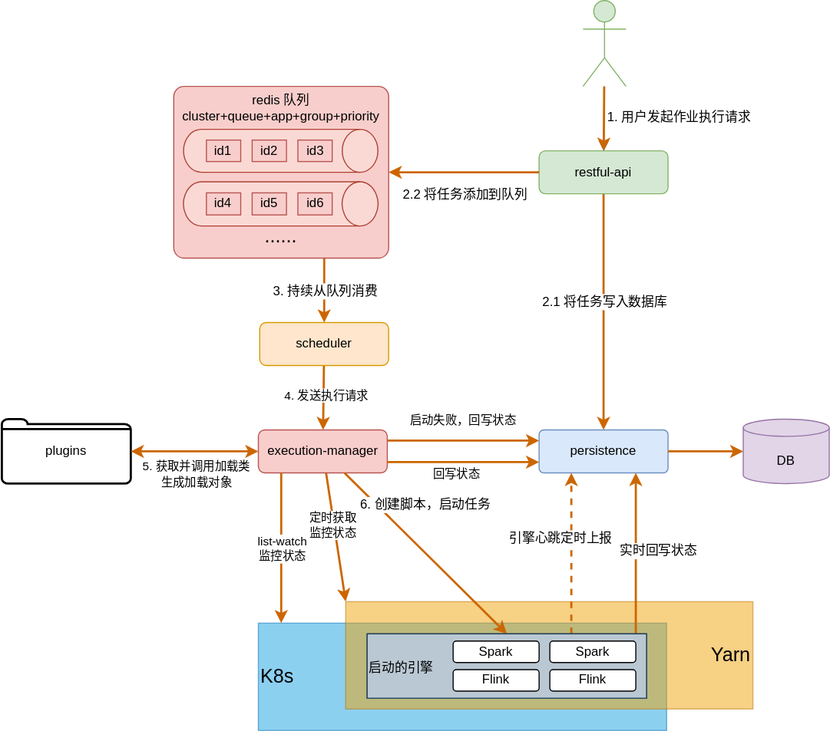
Above: doc/assets/img/engine_execution.svg in rarexixi/maple (draw.io), before the change. Source tidied: cells renumbered, new cells last; positions are measured from the earlier drawing's top-left corner, leaving out a move shared by most shapes.
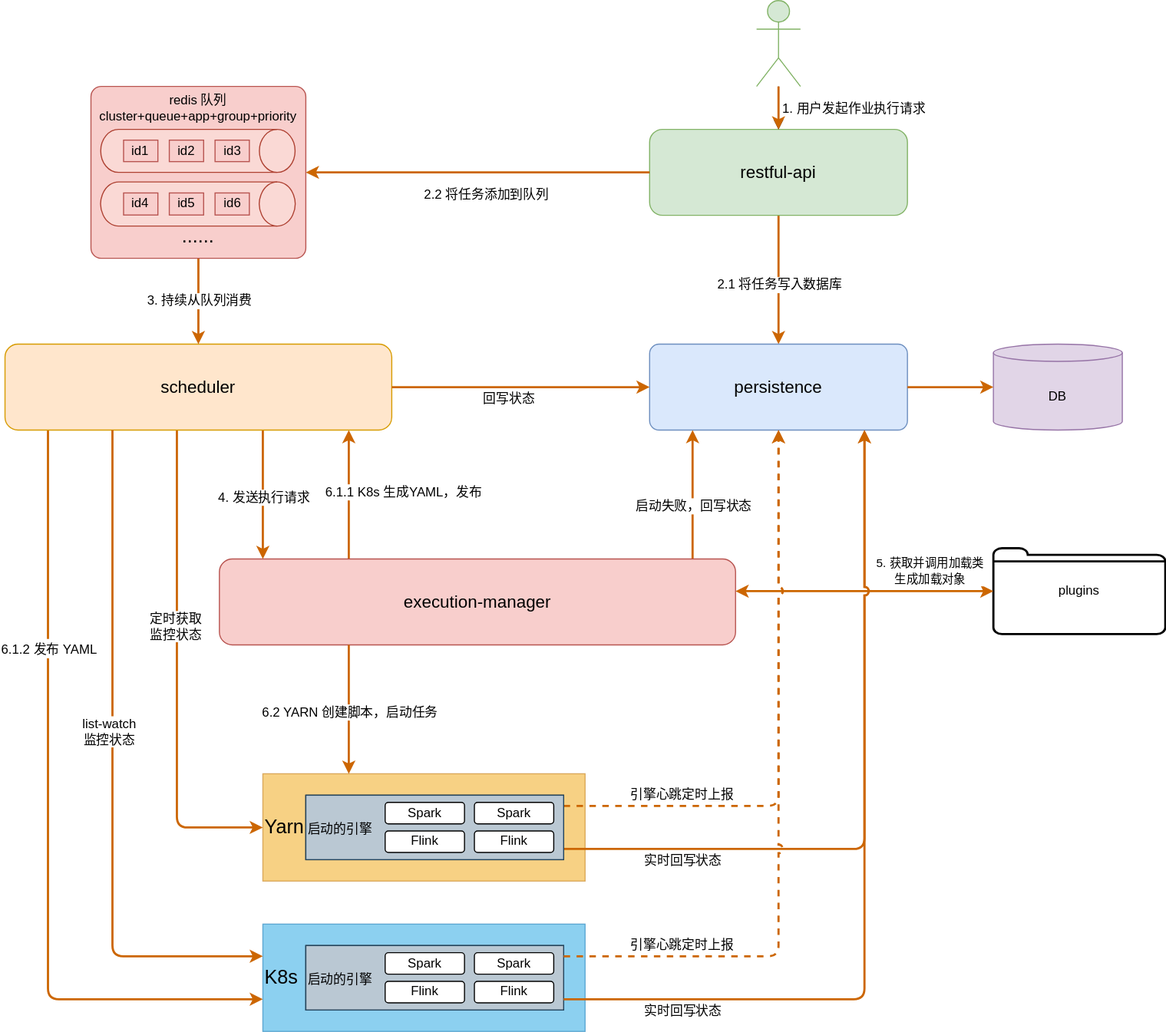
The same file after the commit.

Commit message:
架构图修改

Change to the diagram source:
```diff
@@ -3,30 +3,30 @@
     <mxCell id="0" />
     <mxCell id="1" parent="0" />
     <mxCell id="2" style="group;" parent="1" vertex="1">
-      <mxGeometry y="390" width="120" height="60" as="geometry" />
+      <mxGeometry x="1000" y="510" width="160" height="80" as="geometry" />
     </mxCell>
     <mxCell id="3" style="html=1;verticalLabelPosition=bottom;align=center;labelBackgroundColor=#ffffff;verticalAlign=top;strokeWidth=2;shadow=0;dashed=0;shape=mxgraph.ios7.icons.folder;fontSize=12;" parent="2" vertex="1">
-      <mxGeometry width="120" height="60" as="geometry" />
+      <mxGeometry width="160" height="80" as="geometry" />
     </mxCell>
     <mxCell id="4" value="&lt;p&gt;plugins&lt;/p&gt;" style="text;html=1;strokeColor=none;fillColor=none;align=center;verticalAlign=middle;whiteSpace=wrap;rounded=0;" parent="2" vertex="1">
-      <mxGeometry width="120" height="60" as="geometry" />
+      <mxGeometry width="160" height="80" as="geometry" />
     </mxCell>
     <mxCell id="5" style="edgeStyle=orthogonalEdgeStyle;html=1;fontSize=12;strokeWidth=2;strokeColor=#CC6600;" parent="1" edge="1" source="7" target="8">
       <mxGeometry relative="1" as="geometry" />
     </mxCell>
     <mxCell id="6" value="2.1 将任务写入数据库" style="edgeLabel;html=1;align=center;verticalAlign=middle;fontSize=12;" parent="5" vertex="1">
       <mxGeometry x="0.2" y="-1" relative="1" as="geometry">
-        <mxPoint x="1" y="-32" as="offset" />
+        <mxPoint x="1" y="-8" as="offset" />
       </mxGeometry>
     </mxCell>
-    <mxCell id="7" value="&lt;p&gt;restful-api&lt;/p&gt;" style="rounded=1;whiteSpace=wrap;html=1;fillColor=#d5e8d4;strokeColor=#82b366;" parent="1" vertex="1">
-      <mxGeometry x="500" y="140" width="120" height="40" as="geometry" />
+    <mxCell id="7" value="&lt;p style=&quot;font-size: 16px;&quot;&gt;restful-api&lt;/p&gt;" style="rounded=1;whiteSpace=wrap;html=1;fillColor=#d5e8d4;strokeColor=#82b366;fontSize=16;" parent="1" vertex="1">
+      <mxGeometry x="680" y="120" width="240" height="80" as="geometry" />
     </mxCell>
-    <mxCell id="8" value="persistence" style="rounded=1;whiteSpace=wrap;html=1;arcSize=11;fillColor=#dae8fc;strokeColor=#6c8ebf;" parent="1" vertex="1">
-      <mxGeometry x="500" y="400" width="120" height="40" as="geometry" />
+    <mxCell id="8" value="persistence" style="rounded=1;whiteSpace=wrap;html=1;arcSize=11;fillColor=#dae8fc;strokeColor=#6c8ebf;fontSize=16;" parent="1" vertex="1">
+      <mxGeometry x="680" y="320" width="240" height="80" as="geometry" />
     </mxCell>
     <mxCell id="9" value="&lt;font style=&quot;font-size: 12px;&quot;&gt;DB&lt;/font&gt;" style="shape=cylinder3;whiteSpace=wrap;html=1;boundedLbl=1;backgroundOutline=1;size=8;fontSize=18;fillColor=#e1d5e7;strokeColor=#9673a6;" parent="1" vertex="1">
-      <mxGeometry x="690" y="390" width="80" height="60" as="geometry" />
+      <mxGeometry x="1000" y="320" width="120" height="80" as="geometry" />
     </mxCell>
     <mxCell id="10" style="edgeStyle=none;html=1;fontSize=12;" parent="1" edge="1" source="26" target="7">
       <mxGeometry relative="1" as="geometry" />
@@ -47,64 +47,102 @@
         <mxPoint x="-6" y="17" as="offset" />
       </mxGeometry>
     </mxCell>
-    <mxCell id="15" style="html=1;edgeStyle=orthogonalEdgeStyle;strokeWidth=2;strokeColor=#CC6600;" parent="1" edge="1" source="19" target="8">
+    <mxCell id="15" style="html=1;strokeWidth=2;strokeColor=#CC6600;edgeStyle=elbowEdgeStyle;" parent="1" edge="1" source="19" target="8">
       <mxGeometry relative="1" as="geometry">
         <Array as="points">
-          <mxPoint x="420" y="410" />
-          <mxPoint x="420" y="410" />
+          <mxPoint x="720" y="420" />
+          <mxPoint x="690" y="380" />
         </Array>
       </mxGeometry>
     </mxCell>
-    <mxCell id="16" value="启动失败，回写状态" style="edgeLabel;html=1;align=center;verticalAlign=middle;" parent="15" vertex="1">
+    <mxCell id="16" value="&lt;font style=&quot;font-size: 12px;&quot;&gt;启动失败，回写状态&lt;/font&gt;" style="edgeLabel;html=1;align=center;verticalAlign=middle;" parent="15" vertex="1">
       <mxGeometry x="-0.11" y="-1" relative="1" as="geometry">
-        <mxPoint x="7" y="-21" as="offset" />
+        <mxPoint x="-1" y="3" as="offset" />
       </mxGeometry>
     </mxCell>
-    <mxCell id="17" style="html=1;elbow=vertical;entryX=0;entryY=0;entryDx=0;entryDy=0;strokeWidth=2;strokeColor=#CC6600;" parent="1" edge="1" source="19" target="30">
-      <mxGeometry relative="1" as="geometry" />
+    <mxCell id="17" style="html=1;strokeWidth=2;strokeColor=#CC6600;edgeStyle=orthogonalEdgeStyle;" parent="1" edge="1" source="22" target="30">
+      <mxGeometry relative="1" as="geometry">
+        <Array as="points">
+          <mxPoint x="240" y="600" />
+          <mxPoint x="240" y="600" />
+        </Array>
+      </mxGeometry>
     </mxCell>
-    <mxCell id="18" value="定时获取&lt;br&gt;监控状态" style="edgeLabel;html=1;align=center;verticalAlign=middle;" parent="17" vertex="1">
+    <mxCell id="18" value="&lt;font style=&quot;font-size: 12px;&quot;&gt;定时获取&lt;br&gt;监控状态&lt;/font&gt;" style="edgeLabel;html=1;align=center;verticalAlign=middle;" parent="17" vertex="1">
       <mxGeometry x="-0.19" y="2" relative="1" as="geometry">
         <mxPoint x="-4" as="offset" />
       </mxGeometry>
     </mxCell>
+    <mxCell id="57" style="edgeStyle=orthogonalEdgeStyle;html=1;strokeColor=#CC6600;strokeWidth=2;" parent="1" edge="1" source="19" target="22">
+      <mxGeometry relative="1" as="geometry">
+        <Array as="points">
+          <mxPoint x="400" y="430" />
+          <mxPoint x="400" y="430" />
+        </Array>
+      </mxGeometry>
+    </mxCell>
+    <mxCell id="58" value="&lt;font style=&quot;font-size: 12px;&quot;&gt;6.1.1 K8s 生成YAML，发布&lt;/font&gt;" style="edgeLabel;html=1;align=center;verticalAlign=middle;" parent="57" vertex="1">
+      <mxGeometry x="0.11" y="2" relative="1" as="geometry">
+        <mxPoint x="52" y="4" as="offset" />
+      </mxGeometry>
+    </mxCell>
-    <mxCell id="19" value="&lt;p&gt;execution-manager&lt;br&gt;&lt;/p&gt;" style="rounded=1;whiteSpace=wrap;html=1;fontSize=12;fillColor=#f8cecc;strokeColor=#b85450;" parent="1" vertex="1">
-      <mxGeometry x="238.7" y="400" width="120" height="40" as="geometry" />
+    <mxCell id="19" value="&lt;p style=&quot;font-size: 16px;&quot;&gt;execution-manager&lt;br style=&quot;font-size: 16px;&quot;&gt;&lt;/p&gt;" style="rounded=1;whiteSpace=wrap;html=1;fontSize=16;fillColor=#f8cecc;strokeColor=#b85450;" parent="1" vertex="1">
+      <mxGeometry x="279.6" y="520" width="480.4" height="80" as="geometry" />
     </mxCell>
-    <mxCell id="20" style="edgeStyle=none;html=1;strokeWidth=2;strokeColor=#CC6600;" parent="1" edge="1" source="22" target="19">
-      <mxGeometry relative="1" as="geometry" />
+    <mxCell id="20" style="edgeStyle=elbowEdgeStyle;html=1;strokeWidth=2;strokeColor=#CC6600;" parent="1" edge="1" source="22" target="19">
+      <mxGeometry relative="1" as="geometry">
+        <Array as="points">
+          <mxPoint x="320" y="450" />
+          <mxPoint x="280" y="440" />
+          <mxPoint x="320" y="450" />
+          <mxPoint x="310" y="480" />
+          <mxPoint x="290" y="480" />
+          <mxPoint x="280" y="420" />
+          <mxPoint x="290" y="420" />
+        </Array>
+      </mxGeometry>
     </mxCell>
-    <mxCell id="21" value="4. 发送执行请求" style="edgeLabel;html=1;align=center;verticalAlign=middle;" parent="20" vertex="1">
+    <mxCell id="21" value="&lt;font style=&quot;font-size: 12px;&quot;&gt;4. 发送执行请求&lt;/font&gt;" style="edgeLabel;html=1;align=center;verticalAlign=middle;" parent="20" vertex="1">
       <mxGeometry x="-0.17" y="2" relative="1" as="geometry">
-        <mxPoint y="2" as="offset" />
+        <mxPoint x="-2" y="12" as="offset" />
       </mxGeometry>
     </mxCell>
+    <mxCell id="59" style="edgeStyle=orthogonalEdgeStyle;html=1;fontSize=16;elbow=vertical;strokeWidth=2;strokeColor=#CC6600;" parent="1" edge="1" source="22" target="29">
+      <mxGeometry relative="1" as="geometry">
+        <Array as="points">
+          <mxPoint x="120" y="930" />
+        </Array>
+      </mxGeometry>
+    </mxCell>
+    <mxCell id="60" value="&lt;font style=&quot;font-size: 12px;&quot;&gt;6.1.2 发布 YAML&lt;/font&gt;" style="edgeLabel;html=1;align=center;verticalAlign=middle;fontSize=15;" parent="59" vertex="1">
+      <mxGeometry x="-0.45" relative="1" as="geometry" />
+    </mxCell>
-    <mxCell id="22" value="&lt;p&gt;scheduler&lt;/p&gt;" style="rounded=1;whiteSpace=wrap;html=1;fillColor=#ffe6cc;strokeColor=#d79b00;" parent="1" vertex="1">
-      <mxGeometry x="240" y="300" width="120" height="40" as="geometry" />
+    <mxCell id="22" value="&lt;p style=&quot;font-size: 16px;&quot;&gt;scheduler&lt;/p&gt;" style="rounded=1;whiteSpace=wrap;html=1;fillColor=#ffe6cc;strokeColor=#d79b00;fontSize=16;" parent="1" vertex="1">
+      <mxGeometry x="80" y="320" width="360" height="80" as="geometry" />
     </mxCell>
-    <mxCell id="23" style="endArrow=classic;startArrow=classic;html=1;fontSize=12;edgeStyle=orthogonalEdgeStyle;elbow=vertical;strokeWidth=2;strokeColor=#CC6600;" parent="1" edge="1" source="4" target="19">
+    <mxCell id="23" style="endArrow=classic;startArrow=classic;html=1;fontSize=12;edgeStyle=orthogonalEdgeStyle;elbow=vertical;strokeWidth=2;strokeColor=#CC6600;jumpStyle=arc;" parent="1" edge="1" source="4" target="19">
       <mxGeometry relative="1" as="geometry">
         <Array as="points">
-          <mxPoint x="160" y="420" />
+          <mxPoint x="650" y="550" />
         </Array>
       </mxGeometry>
     </mxCell>
     <mxCell id="24" value="&lt;span style=&quot;font-size: 11px;&quot;&gt;5. 获取并调用加载类&lt;/span&gt;&lt;br style=&quot;border-color: var(--border-color); font-size: 11px;&quot;&gt;&lt;span style=&quot;font-size: 11px;&quot;&gt;生成加载对象&lt;/span&gt;" style="edgeLabel;html=1;align=center;verticalAlign=middle;fontSize=12;" parent="23" vertex="1">
       <mxGeometry x="0.26" y="4" relative="1" as="geometry">
-        <mxPoint x="-15" y="24" as="offset" />
+        <mxPoint x="92" y="-24" as="offset" />
       </mxGeometry>
     </mxCell>
     <mxCell id="25" style="edgeStyle=none;html=1;fontSize=12;strokeWidth=2;strokeColor=#CC6600;" parent="1" edge="1" source="26" target="7">
       <mxGeometry relative="1" as="geometry" />
     </mxCell>
     <mxCell id="26" style="shape=umlActor;verticalLabelPosition=bottom;verticalAlign=top;html=1;outlineConnect=0;fontSize=12;fillColor=#d5e8d4;strokeColor=#82b366;" parent="1" vertex="1">
-      <mxGeometry x="540.9" width="40" height="80" as="geometry" />
+      <mxGeometry x="779.6" width="40.9" height="80" as="geometry" />
     </mxCell>
     <mxCell id="27" style="edgeStyle=orthogonalEdgeStyle;html=1;fontSize=12;strokeWidth=2;strokeColor=#CC6600;" parent="1" edge="1" source="46" target="22">
       <mxGeometry relative="1" as="geometry">
         <Array as="points">
-          <mxPoint x="300" y="270" />
-          <mxPoint x="300" y="270" />
+          <mxPoint x="260" y="320" />
+          <mxPoint x="260" y="320" />
         </Array>
       </mxGeometry>
     </mxCell>
@@ -114,81 +152,82 @@
       </mxGeometry>
     </mxCell>
     <mxCell id="29" value="&lt;font color=&quot;#000000&quot;&gt;K8s&lt;/font&gt;" style="rounded=1;whiteSpace=wrap;html=1;fontSize=18;arcSize=0;fillColor=#1ba1e2;align=left;strokeColor=#006EAF;opacity=50;fontColor=#ffffff;" parent="1" vertex="1">
-      <mxGeometry x="238.7" y="580" width="380" height="100" as="geometry" />
+      <mxGeometry x="320" y="860" width="300" height="100" as="geometry" />
     </mxCell>
-    <mxCell id="30" value="Yarn" style="rounded=1;whiteSpace=wrap;html=1;fontSize=18;arcSize=0;fillColor=#f0a30a;align=right;strokeColor=#BD7000;opacity=50;fontColor=#000000;" parent="1" vertex="1">
-      <mxGeometry x="320" y="560" width="379" height="100" as="geometry" />
+    <mxCell id="30" value="Yarn" style="rounded=1;whiteSpace=wrap;html=1;fontSize=18;arcSize=0;fillColor=#f0a30a;align=left;strokeColor=#BD7000;opacity=50;fontColor=#000000;" parent="1" vertex="1">
+      <mxGeometry x="320" y="720" width="300" height="100" as="geometry" />
     </mxCell>
-    <mxCell id="31" value="引擎心跳定时上报" style="html=1;fontSize=12;startArrow=none;startFill=0;endArrow=classic;endFill=1;dashed=1;elbow=vertical;edgeStyle=orthogonalEdgeStyle;strokeWidth=2;strokeColor=#CC6600;" parent="1" edge="1" source="39" target="8">
-      <mxGeometry x="0.2" y="10" relative="1" as="geometry">
+    <mxCell id="31" value="引擎心跳定时上报" style="html=1;fontSize=12;startArrow=none;startFill=0;endArrow=classic;endFill=1;dashed=1;elbow=vertical;edgeStyle=orthogonalEdgeStyle;strokeWidth=2;strokeColor=#CC6600;jumpStyle=arc;" parent="1" edge="1" source="62" target="8">
+      <mxGeometry x="-0.6" y="10" relative="1" as="geometry">
         <Array as="points">
-          <mxPoint x="530" y="460" />
-          <mxPoint x="530" y="460" />
+          <mxPoint x="800" y="750" />
         </Array>
-        <mxPoint y="1" as="offset" />
       </mxGeometry>
     </mxCell>
-    <mxCell id="32" style="edgeStyle=orthogonalEdgeStyle;html=1;fontSize=12;startArrow=none;startFill=0;endArrow=classic;endFill=1;strokeWidth=2;strokeColor=#CC6600;" parent="1" edge="1" source="39" target="8">
+    <mxCell id="32" style="edgeStyle=orthogonalEdgeStyle;html=1;fontSize=12;startArrow=none;startFill=0;endArrow=classic;endFill=1;strokeWidth=2;strokeColor=#CC6600;jumpStyle=arc;" parent="1" edge="1" source="62" target="8">
       <mxGeometry relative="1" as="geometry">
         <Array as="points">
-          <mxPoint x="590" y="520" />
-          <mxPoint x="590" y="520" />
+          <mxPoint x="880" y="790" />
         </Array>
       </mxGeometry>
     </mxCell>
     <mxCell id="33" value="实时回写状态" style="edgeLabel;html=1;align=center;verticalAlign=middle;fontSize=12;" parent="32" vertex="1">
       <mxGeometry x="-0.12" y="-4" relative="1" as="geometry">
-        <mxPoint x="16" y="-12" as="offset" />
+        <mxPoint x="-174" y="25" as="offset" />
       </mxGeometry>
     </mxCell>
-    <mxCell id="34" style="html=1;fontSize=12;startArrow=none;startFill=0;endArrow=classic;endFill=1;entryX=0.5;entryY=0;entryDx=0;entryDy=0;strokeWidth=2;strokeColor=#CC6600;" parent="1" edge="1" source="19" target="39">
-      <mxGeometry relative="1" as="geometry" />
+    <mxCell id="34" style="html=1;fontSize=12;startArrow=none;startFill=0;endArrow=classic;endFill=1;strokeWidth=2;strokeColor=#CC6600;edgeStyle=orthogonalEdgeStyle;elbow=vertical;" parent="1" edge="1" source="19" target="30">
+      <mxGeometry relative="1" as="geometry">
+        <Array as="points">
+          <mxPoint x="400" y="660" />
+          <mxPoint x="400" y="660" />
+        </Array>
+      </mxGeometry>
     </mxCell>
-    <mxCell id="35" value="6. 创建脚本，启动任务" style="edgeLabel;html=1;align=center;verticalAlign=middle;fontSize=12;" parent="34" vertex="1">
+    <mxCell id="35" value="6.2 YARN 创建脚本，启动任务" style="edgeLabel;html=1;align=center;verticalAlign=middle;fontSize=12;" parent="34" vertex="1">
       <mxGeometry x="-0.56" y="-1" relative="1" as="geometry">
-        <mxPoint x="43" y="-4" as="offset" />
+        <mxPoint x="1" y="36" as="offset" />
       </mxGeometry>
     </mxCell>
-    <mxCell id="36" style="edgeStyle=orthogonalEdgeStyle;html=1;strokeWidth=2;strokeColor=#CC6600;" parent="1" edge="1" source="19" target="29">
+    <mxCell id="36" style="edgeStyle=orthogonalEdgeStyle;html=1;strokeWidth=2;strokeColor=#CC6600;" parent="1" edge="1" source="22" target="29">
       <mxGeometry relative="1" as="geometry">
         <Array as="points">
-          <mxPoint x="260" y="510" />
-          <mxPoint x="260" y="510" />
+          <mxPoint x="180" y="890" />
         </Array>
       </mxGeometry>
     </mxCell>
-    <mxCell id="37" value="list-watch&lt;br&gt;监控状态" style="edgeLabel;html=1;align=center;verticalAlign=middle;" parent="36" vertex="1">
+    <mxCell id="37" value="&lt;font style=&quot;font-size: 12px;&quot;&gt;list-watch&lt;br&gt;监控状态&lt;/font&gt;" style="edgeLabel;html=1;align=center;verticalAlign=middle;" parent="36" vertex="1">
       <mxGeometry x="-0.16" y="2" relative="1" as="geometry">
-        <mxPoint x="-2" y="11" as="offset" />
+        <mxPoint x="-6" y="14" as="offset" />
       </mxGeometry>
     </mxCell>
     <mxCell id="38" style="group;fillColor=#cce5ff;strokeColor=#36393d;" parent="1" vertex="1">
-      <mxGeometry x="340" y="590" width="260" height="60" as="geometry" />
+      <mxGeometry x="360" y="880" width="240" height="60" as="geometry" />
     </mxCell>
     <mxCell id="39" value="&lt;span style=&quot;color: rgb(0, 0, 0); font-size: 12px;&quot;&gt;&amp;nbsp; 启动的引擎&lt;/span&gt;" style="rounded=1;whiteSpace=wrap;html=1;fontSize=18;arcSize=0;fillColor=#bac8d3;strokeColor=#23445d;align=left;" parent="38" vertex="1">
-      <mxGeometry width="260" height="60" as="geometry" />
+      <mxGeometry width="240" height="60" as="geometry" />
     </mxCell>
     <mxCell id="40" value="Spark" style="rounded=1;whiteSpace=wrap;html=1;fontSize=12;" parent="38" vertex="1">
-      <mxGeometry x="80" y="6.7" width="80" height="20" as="geometry" />
+      <mxGeometry x="73.8" y="6.7" width="73.8" height="20" as="geometry" />
     </mxCell>
     <mxCell id="41" value="Spark" style="rounded=1;whiteSpace=wrap;html=1;fontSize=12;" parent="38" vertex="1">
-      <mxGeometry x="170" y="6.7" width="80" height="20" as="geometry" />
+      <mxGeometry x="156.9" y="6.7" width="73.8" height="20" as="geometry" />
     </mxCell>
     <mxCell id="42" value="Flink" style="rounded=1;whiteSpace=wrap;html=1;fontSize=12;" parent="38" vertex="1">
-      <mxGeometry x="80" y="33.3" width="80" height="20" as="geometry" />
+      <mxGeometry x="73.8" y="33.3" width="73.8" height="20" as="geometry" />
     </mxCell>
     <mxCell id="43" value="Flink" style="rounded=1;whiteSpace=wrap;html=1;fontSize=12;" parent="38" vertex="1">
-      <mxGeometry x="170" y="33.3" width="80" height="20" as="geometry" />
+      <mxGeometry x="156.9" y="33.3" width="73.8" height="20" as="geometry" />
     </mxCell>
-    <mxCell id="44" style="html=1;edgeStyle=orthogonalEdgeStyle;strokeWidth=2;strokeColor=#CC6600;" parent="1" edge="1" source="19" target="8">
+    <mxCell id="44" style="html=1;edgeStyle=orthogonalEdgeStyle;strokeWidth=2;strokeColor=#CC6600;" parent="1" edge="1" source="22" target="8">
       <mxGeometry relative="1" as="geometry">
         <Array as="points">
-          <mxPoint x="420" y="430" />
-          <mxPoint x="420" y="430" />
+          <mxPoint x="560" y="360" />
+          <mxPoint x="560" y="360" />
         </Array>
       </mxGeometry>
     </mxCell>
-    <mxCell id="45" value="回写状态" style="edgeLabel;html=1;align=center;verticalAlign=middle;" parent="44" vertex="1">
+    <mxCell id="45" value="&lt;font style=&quot;font-size: 12px;&quot;&gt;回写状态&lt;/font&gt;" style="edgeLabel;html=1;align=center;verticalAlign=middle;" parent="44" vertex="1">
       <mxGeometry x="-0.11" y="-1" relative="1" as="geometry">
         <mxPoint x="1" y="9" as="offset" />
       </mxGeometry>
@@ -226,5 +265,42 @@
     <mxCell id="56" value="id6" style="rounded=0;whiteSpace=wrap;html=1;fontSize=12;fillColor=#f8cecc;strokeColor=#b85450;" parent="1" vertex="1">
       <mxGeometry x="275.5" y="179.2" width="31.9" height="20.6" as="geometry" />
     </mxCell>
+    <mxCell id="61" style="group;fillColor=#cce5ff;strokeColor=#36393d;" parent="1" vertex="1">
+      <mxGeometry x="360" y="740" width="240" height="60" as="geometry" />
+    </mxCell>
+    <mxCell id="62" value="&lt;span style=&quot;color: rgb(0, 0, 0); font-size: 12px;&quot;&gt;&amp;nbsp; 启动的引擎&lt;/span&gt;" style="rounded=1;whiteSpace=wrap;html=1;fontSize=18;arcSize=0;fillColor=#bac8d3;strokeColor=#23445d;align=left;" parent="61" vertex="1">
+      <mxGeometry width="240" height="60" as="geometry" />
+    </mxCell>
+    <mxCell id="63" value="Spark" style="rounded=1;whiteSpace=wrap;html=1;fontSize=12;" parent="61" vertex="1">
+      <mxGeometry x="73.8" y="6.7" width="73.8" height="20" as="geometry" />
+    </mxCell>
+    <mxCell id="64" value="Spark" style="rounded=1;whiteSpace=wrap;html=1;fontSize=12;" parent="61" vertex="1">
+      <mxGeometry x="156.9" y="6.7" width="73.8" height="20" as="geometry" />
+    </mxCell>
+    <mxCell id="65" value="Flink" style="rounded=1;whiteSpace=wrap;html=1;fontSize=12;" parent="61" vertex="1">
+      <mxGeometry x="73.8" y="33.3" width="73.8" height="20" as="geometry" />
+    </mxCell>
+    <mxCell id="66" value="Flink" style="rounded=1;whiteSpace=wrap;html=1;fontSize=12;" parent="61" vertex="1">
+      <mxGeometry x="156.9" y="33.3" width="73.8" height="20" as="geometry" />
+    </mxCell>
+    <mxCell id="67" value="引擎心跳定时上报" style="html=1;fontSize=12;startArrow=none;startFill=0;endArrow=classic;endFill=1;dashed=1;elbow=vertical;edgeStyle=orthogonalEdgeStyle;strokeWidth=2;strokeColor=#CC6600;jumpStyle=arc;" parent="1" edge="1" source="39" target="8">
+      <mxGeometry x="-0.68" y="10" relative="1" as="geometry">
+        <Array as="points">
+          <mxPoint x="800" y="890" />
+        </Array>
+      </mxGeometry>
+    </mxCell>
+    <mxCell id="68" style="edgeStyle=orthogonalEdgeStyle;html=1;fontSize=12;startArrow=none;startFill=0;endArrow=classic;endFill=1;strokeWidth=2;strokeColor=#CC6600;jumpStyle=arc;" parent="1" edge="1" source="39" target="8">
+      <mxGeometry relative="1" as="geometry">
+        <Array as="points">
+          <mxPoint x="880" y="930" />
+        </Array>
+      </mxGeometry>
+    </mxCell>
+    <mxCell id="69" value="实时回写状态" style="edgeLabel;html=1;align=center;verticalAlign=middle;fontSize=12;" parent="68" vertex="1">
+      <mxGeometry x="-0.12" y="-4" relative="1" as="geometry">
+        <mxPoint x="-174" y="86" as="offset" />
+      </mxGeometry>
+    </mxCell>
   </root>
 </mxGraphModel>
```
